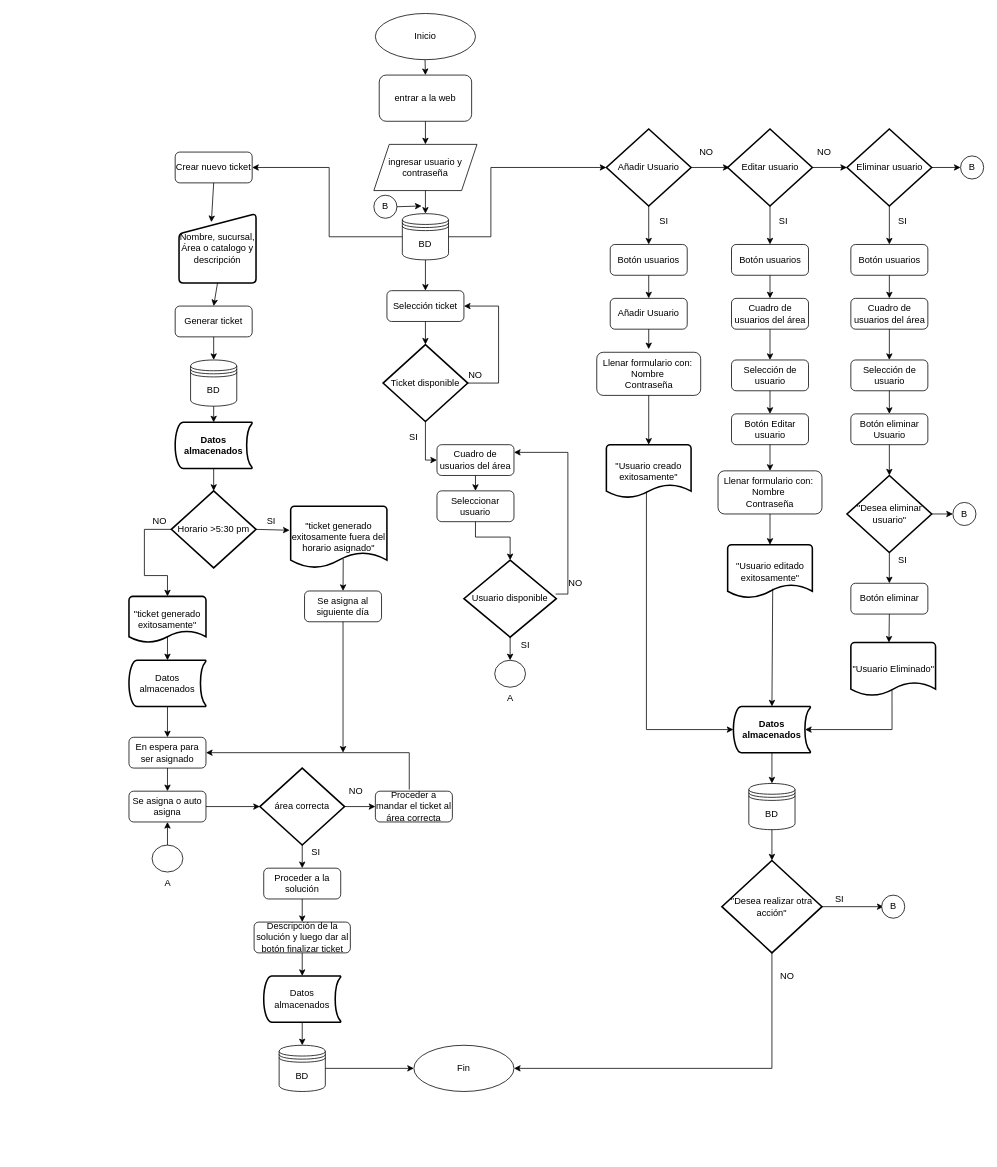
The draw.io diagram Untitled Diagram.drawio in NVarchar/primero, before the edit. Source tidied: cells renumbered, new cells numbered last; positions are measured from the earlier drawing's top-left corner, leaving out a move shared by most shapes. Both pictures are drawn from the tidied source at 77%, with x=0, y=0 at pixel (129, 13).
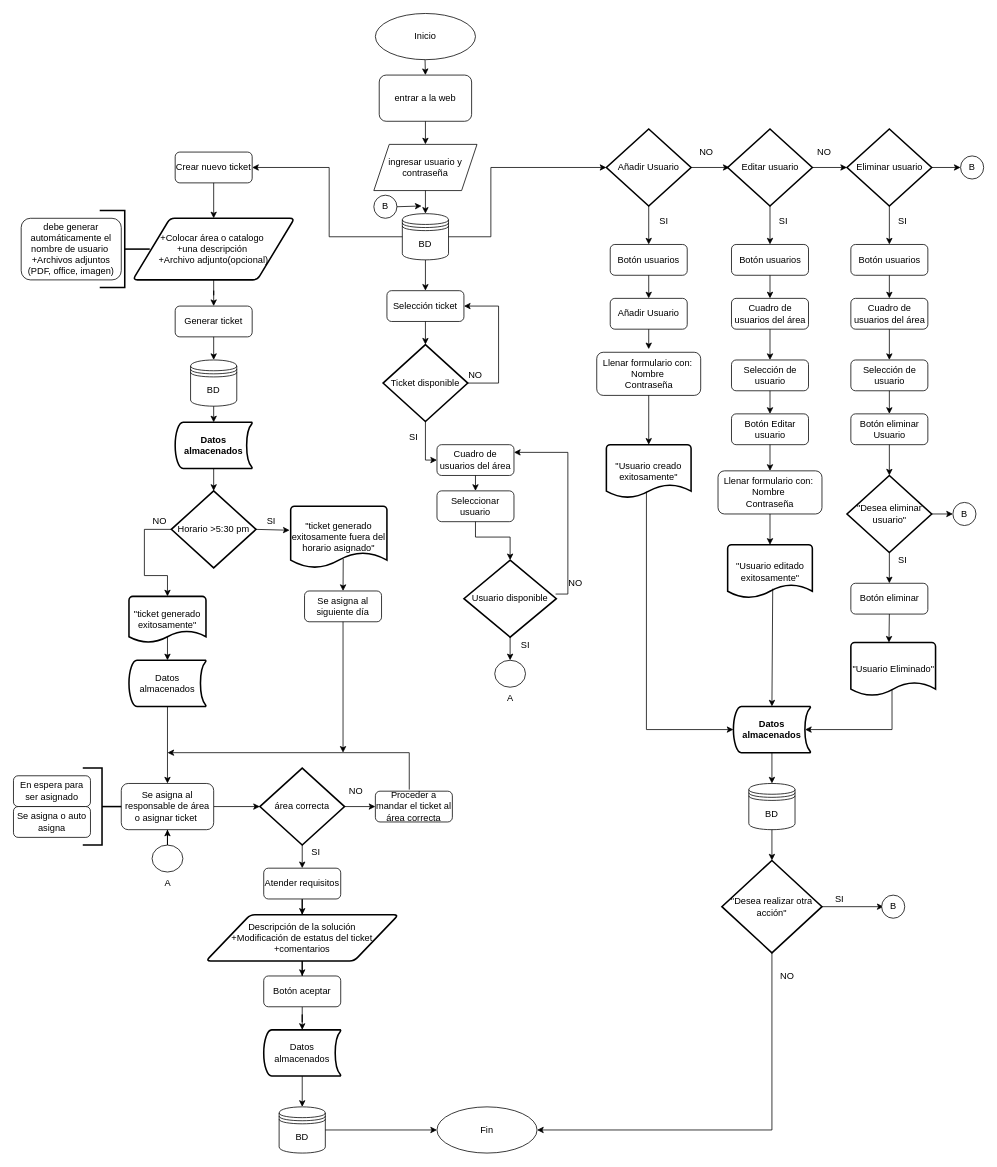
After the change.

The change refers to these unchanged cells:
```xml
<mxCell id="8" value="Crear nuevo ticket" style="rounded=1;whiteSpace=wrap;html=1;" parent="1" vertex="1">
  <mxGeometry x="60" y="180" width="100" height="40" as="geometry" />
</mxCell>
<mxCell id="10" value="Generar ticket" style="rounded=1;whiteSpace=wrap;html=1;" parent="1" vertex="1">
  <mxGeometry x="60" y="380" width="100" height="40" as="geometry" />
</mxCell>
<mxCell id="14" value="Datos almacenados" style="strokeWidth=2;html=1;shape=mxgraph.flowchart.stored_data;whiteSpace=wrap;" parent="1" vertex="1">
  <mxGeometry y="840" width="100" height="60" as="geometry" />
</mxCell>
<mxCell id="17" value="área correcta" style="strokeWidth=2;html=1;shape=mxgraph.flowchart.decision;whiteSpace=wrap;" parent="1" vertex="1">
  <mxGeometry x="170" y="980" width="110" height="100" as="geometry" />
</mxCell>
<mxCell id="43" value="Proceder a mandar el ticket al área correcta" style="rounded=1;whiteSpace=wrap;html=1;" parent="1" vertex="1">
  <mxGeometry x="320" y="1010" width="100" height="40" as="geometry" />
</mxCell>
<mxCell id="59" value="A" style="verticalLabelPosition=bottom;verticalAlign=top;html=1;shape=mxgraph.flowchart.on-page_reference;" parent="1" vertex="1">
  <mxGeometry x="30" y="1080" width="40" height="35" as="geometry" />
</mxCell>
<mxCell id="98" value="&quot;Desea realizar otra acción&quot;" style="strokeWidth=2;html=1;shape=mxgraph.flowchart.decision;whiteSpace=wrap;" parent="1" vertex="1">
  <mxGeometry x="770" y="1100" width="130" height="120" as="geometry" />
</mxCell>
```

What changed in the source:
```diff
@@
-    <mxCell id="9" value="Nombre, sucursal, Área o catalogo y descripción" style="html=1;strokeWidth=2;shape=manualInput;whiteSpace=wrap;rounded=1;size=26;arcSize=11;" parent="1" vertex="1">
-      <mxGeometry x="65" y="260" width="100" height="90" as="geometry" />
-    </mxCell>
@@
     <mxCell id="15" value="En espera para ser asignado" style="rounded=1;whiteSpace=wrap;html=1;" parent="1" vertex="1">
-      <mxGeometry y="940" width="100" height="40" as="geometry" />
+      <mxGeometry x="-150" y="990" width="100" height="40" as="geometry" />
     </mxCell>
@@
     <mxCell id="18" value="Se asigna o auto asigna" style="rounded=1;whiteSpace=wrap;html=1;" parent="1" vertex="1">
-      <mxGeometry y="1010" width="100" height="40" as="geometry" />
+      <mxGeometry x="-150" y="1030" width="100" height="40" as="geometry" />
     </mxCell>
@@
-    <mxCell id="20" style="endArrow=classic;html=1;rounded=0;exitX=0.5;exitY=1;exitDx=0;exitDy=0;entryX=0.42;entryY=0.122;entryDx=0;entryDy=0;entryPerimeter=0;" parent="1" edge="1" source="8" target="9">
+    <mxCell id="20" style="endArrow=classic;html=1;rounded=0;exitX=0.5;exitY=1;exitDx=0;exitDy=0;entryX=0.5;entryY=0;entryDx=0;entryDy=0;" parent="1" edge="1" source="8" target="148">
       <mxGeometry relative="1" as="geometry" />
     </mxCell>
-    <mxCell id="21" style="endArrow=classic;html=1;rounded=0;entryX=0.5;entryY=0;entryDx=0;entryDy=0;exitX=0.5;exitY=1;exitDx=0;exitDy=0;" parent="1" edge="1" source="9" target="10">
-      <mxGeometry relative="1" as="geometry" />
-    </mxCell>
@@
-    <mxCell id="28" style="endArrow=classic;html=1;rounded=0;entryX=0.5;entryY=0;entryDx=0;entryDy=0;exitX=0.5;exitY=1;exitDx=0;exitDy=0;exitPerimeter=0;" parent="1" edge="1" source="14" target="15">
+    <mxCell id="28" style="endArrow=classic;html=1;rounded=0;exitX=0.5;exitY=1;exitDx=0;exitDy=0;exitPerimeter=0;entryX=0.5;entryY=0;entryDx=0;entryDy=0;" parent="1" edge="1" source="14" target="145">
       <mxGeometry relative="1" as="geometry" />
     </mxCell>
-    <mxCell id="29" style="endArrow=classic;html=1;rounded=0;entryX=0.5;entryY=0;entryDx=0;entryDy=0;exitX=0.5;exitY=1;exitDx=0;exitDy=0;" parent="1" edge="1" source="15" target="18">
-      <mxGeometry relative="1" as="geometry" />
-    </mxCell>
@@
-    <mxCell id="31" style="endArrow=classic;html=1;rounded=0;entryX=0;entryY=0.5;entryDx=0;entryDy=0;exitX=1;exitY=0.5;exitDx=0;exitDy=0;entryPerimeter=0;" parent="1" edge="1" source="18" target="17">
-      <mxGeometry relative="1" as="geometry" />
-    </mxCell>
+    <mxCell id="138" style="edgeStyle=orthogonalEdgeStyle;rounded=0;jettySize=auto;html=1;" parent="1" edge="1" source="32" target="141">
+      <mxGeometry relative="1" as="geometry" />
+    </mxCell>
-    <mxCell id="32" value="Proceder a la solución" style="rounded=1;whiteSpace=wrap;html=1;" parent="1" vertex="1">
+    <mxCell id="32" value="Atender requisitos" style="rounded=1;whiteSpace=wrap;html=1;" parent="1" vertex="1">
       <mxGeometry x="175" y="1110" width="100" height="40" as="geometry" />
     </mxCell>
-    <mxCell id="33" value="Descripción de la solución y luego dar al botón finalizar ticket" style="rounded=1;whiteSpace=wrap;html=1;" parent="1" vertex="1">
-      <mxGeometry x="162.5" y="1180" width="125" height="40" as="geometry" />
-    </mxCell>
     <mxCell id="34" value="Datos almacenados" style="strokeWidth=2;html=1;shape=mxgraph.flowchart.stored_data;whiteSpace=wrap;" parent="1" vertex="1">
-      <mxGeometry x="175" y="1250" width="100" height="60" as="geometry" />
+      <mxGeometry x="175" y="1320" width="100" height="60" as="geometry" />
     </mxCell>
     <mxCell id="35" value="BD" style="shape=datastore;whiteSpace=wrap;html=1;" parent="1" vertex="1">
-      <mxGeometry x="195" y="1340" width="60" height="60" as="geometry" />
+      <mxGeometry x="195" y="1420" width="60" height="60" as="geometry" />
     </mxCell>
     <mxCell id="36" value="Fin" style="ellipse;whiteSpace=wrap;html=1;" parent="1" vertex="1">
-      <mxGeometry x="370" y="1340" width="130" height="60" as="geometry" />
+      <mxGeometry x="400" y="1420" width="130" height="60" as="geometry" />
     </mxCell>
@@
-    <mxCell id="38" style="endArrow=classic;html=1;rounded=0;entryX=0.5;entryY=0;entryDx=0;entryDy=0;exitX=0.5;exitY=1;exitDx=0;exitDy=0;" parent="1" edge="1" source="32" target="33">
-      <mxGeometry relative="1" as="geometry" />
-    </mxCell>
-    <mxCell id="39" style="endArrow=classic;html=1;rounded=0;entryX=0.5;entryY=0;entryDx=0;entryDy=0;exitX=0.5;exitY=1;exitDx=0;exitDy=0;entryPerimeter=0;" parent="1" edge="1" source="33" target="34">
-      <mxGeometry relative="1" as="geometry" />
-    </mxCell>
@@
-    <mxCell id="45" style="endArrow=classic;html=1;rounded=0;exitX=0.44;exitY=-0.05;exitDx=0;exitDy=0;exitPerimeter=0;entryX=1;entryY=0.5;entryDx=0;entryDy=0;" parent="1" edge="1" source="43" target="15">
+    <mxCell id="45" style="endArrow=classic;html=1;rounded=0;exitX=0.44;exitY=-0.05;exitDx=0;exitDy=0;exitPerimeter=0;" parent="1" edge="1" source="43">
       <mxGeometry relative="1" as="geometry">
+        <mxPoint x="50" y="960" as="targetPoint" />
         <Array as="points">
           <mxPoint x="364" y="960" />
         </Array>
       </mxGeometry>
     </mxCell>
@@
+    <mxCell id="139" style="edgeStyle=orthogonalEdgeStyle;rounded=0;jettySize=auto;html=1;" parent="1" edge="1" source="59" target="145">
+      <mxGeometry relative="1" as="geometry" />
+    </mxCell>
@@
-    <mxCell id="60" style="endArrow=classic;html=1;rounded=0;exitX=0.5;exitY=0;exitDx=0;exitDy=0;exitPerimeter=0;entryX=0.5;entryY=1;entryDx=0;entryDy=0;" parent="1" edge="1" source="59" target="18">
-      <mxGeometry relative="1" as="geometry" />
-    </mxCell>
@@
     <mxCell id="118" style="endArrow=classic;html=1;rounded=0;exitX=0.5;exitY=1;exitDx=0;exitDy=0;exitPerimeter=0;entryX=1;entryY=0.5;entryDx=0;entryDy=0;" parent="1" edge="1" source="98" target="36">
       <mxGeometry relative="1" as="geometry">
         <Array as="points">
-          <mxPoint x="835" y="1370" />
+          <mxPoint x="835" y="1450" />
         </Array>
       </mxGeometry>
     </mxCell>
@@
+    <mxCell id="140" style="edgeStyle=orthogonalEdgeStyle;rounded=0;jettySize=auto;html=1;" parent="1" edge="1" source="141" target="143">
+      <mxGeometry relative="1" as="geometry" />
+    </mxCell>
+    <mxCell id="141" value="Descripción de la solución&lt;br&gt;+Modificación de estatus del ticket&lt;br&gt;+comentarios" style="shape=parallelogram;html=1;strokeWidth=2;perimeter=parallelogramPerimeter;whiteSpace=wrap;rounded=1;arcSize=12;size=0.23;" parent="1" vertex="1">
+      <mxGeometry x="100" y="1170.5" width="250" height="60" as="geometry" />
+    </mxCell>
+    <mxCell id="142" style="edgeStyle=orthogonalEdgeStyle;rounded=0;jettySize=auto;html=1;" parent="1" edge="1" source="143" target="34">
+      <mxGeometry relative="1" as="geometry" />
+    </mxCell>
+    <mxCell id="143" value="Botón aceptar" style="rounded=1;whiteSpace=wrap;html=1;" parent="1" vertex="1">
+      <mxGeometry x="175" y="1250" width="100" height="40" as="geometry" />
+    </mxCell>
+    <mxCell id="144" style="edgeStyle=orthogonalEdgeStyle;rounded=0;jettySize=auto;html=1;" parent="1" edge="1" source="145" target="17">
+      <mxGeometry relative="1" as="geometry" />
+    </mxCell>
+    <mxCell id="145" value="Se asigna al responsable de área o asignar ticket&amp;nbsp;" style="rounded=1;whiteSpace=wrap;html=1;" parent="1" vertex="1">
+      <mxGeometry x="-10" y="1000" width="120" height="60" as="geometry" />
+    </mxCell>
+    <mxCell id="146" style="strokeWidth=2;html=1;shape=mxgraph.flowchart.annotation_2;align=left;labelPosition=right;direction=west;" parent="1" vertex="1">
+      <mxGeometry x="-60" y="980" width="50" height="100" as="geometry" />
+    </mxCell>
+    <mxCell id="147" style="edgeStyle=orthogonalEdgeStyle;rounded=0;jettySize=auto;html=1;entryX=0.5;entryY=0;entryDx=0;entryDy=0;" parent="1" edge="1" source="148" target="10">
+      <mxGeometry relative="1" as="geometry" />
+    </mxCell>
+    <mxCell id="148" value="+Colocar área o catalogo&amp;nbsp;&lt;br&gt;+una descripción&amp;nbsp;&lt;br&gt;+Archivo adjunto(opcional)" style="shape=parallelogram;html=1;strokeWidth=2;perimeter=parallelogramPerimeter;whiteSpace=wrap;rounded=1;arcSize=12;size=0.23;" parent="1" vertex="1">
+      <mxGeometry x="5" y="266" width="210" height="80" as="geometry" />
+    </mxCell>
+    <mxCell id="149" style="strokeWidth=2;html=1;shape=mxgraph.flowchart.annotation_2;align=left;labelPosition=right;direction=west;" parent="1" vertex="1">
+      <mxGeometry x="-38" y="256" width="65" height="100" as="geometry" />
+    </mxCell>
+    <mxCell id="150" value="debe generar automáticamente el nombre de usuario&amp;nbsp;&lt;br&gt;+Archivos adjuntos (PDF, office, imagen)" style="rounded=1;whiteSpace=wrap;html=1;" parent="1" vertex="1">
+      <mxGeometry x="-140" y="266" width="130" height="80" as="geometry" />
+    </mxCell>
```
